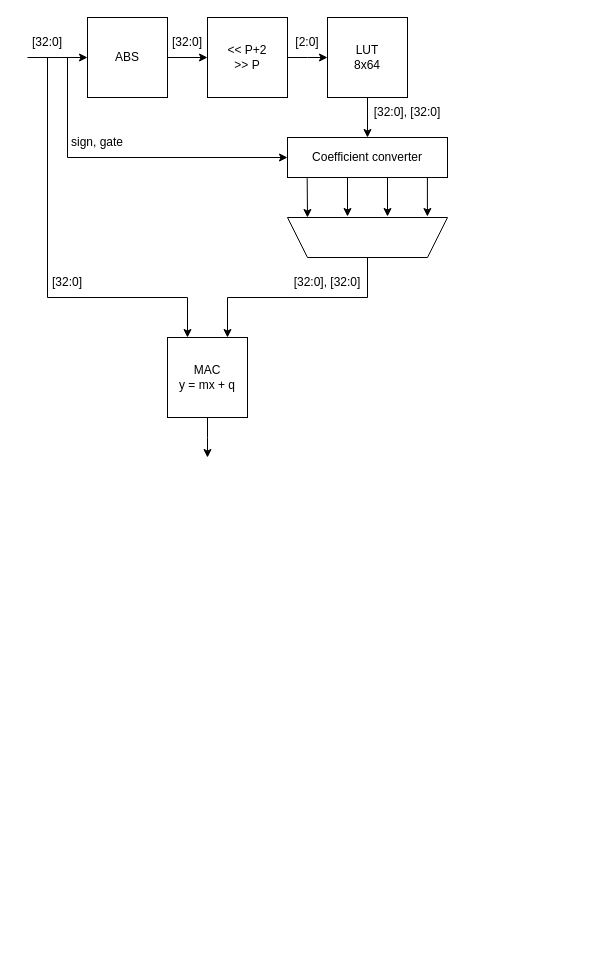
AlessandroVaraldi/LSTM_ACCELERATOR keeps this draw.io diagram as slides/images/ACTU_new.drawio. Above is the earlier version. Source tidied: cells renumbered, new cells numbered last; positions are measured from the earlier drawing's top-left corner, leaving out a move shared by most shapes. Both pictures are drawn from the tidied source at 100%, with x=0, y=0 at pixel (17, 17).
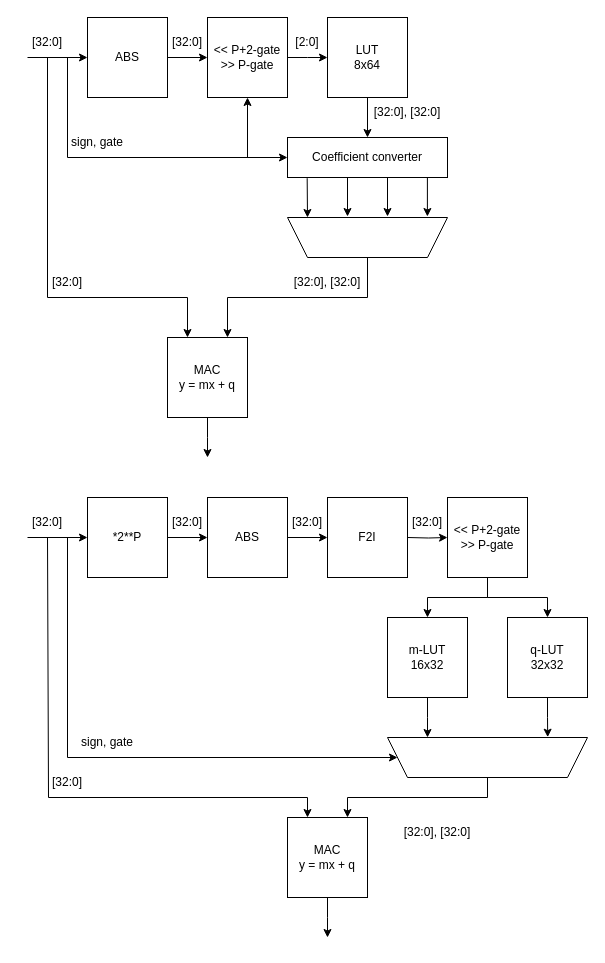
After the change.

Change to the diagram source:
```diff
@@
-    <mxCell id="9" value="&lt;div&gt;&amp;lt;&amp;lt; P+2&lt;/div&gt;&lt;div&gt;&amp;gt;&amp;gt; P&lt;br&gt;&lt;/div&gt;" style="whiteSpace=wrap;html=1;" parent="1" vertex="1">
+    <mxCell id="9" value="&lt;div&gt;&amp;lt;&amp;lt; P+2-gate&lt;/div&gt;&lt;div&gt;&amp;gt;&amp;gt; P-gate&lt;br&gt;&lt;/div&gt;" style="whiteSpace=wrap;html=1;" parent="1" vertex="1">
       <mxGeometry x="190" width="80" height="80" as="geometry" />
     </mxCell>
@@
+    <mxCell id="27" value="[32:0]" style="text;html=1;align=center;verticalAlign=middle;whiteSpace=wrap;rounded=0;" parent="1" vertex="1">
+      <mxGeometry y="490" width="60" height="30" as="geometry" />
+    </mxCell>
+    <mxCell id="28" value="[32:0]" style="text;html=1;align=center;verticalAlign=middle;whiteSpace=wrap;rounded=0;" parent="1" vertex="1">
+      <mxGeometry x="260" y="490" width="60" height="30" as="geometry" />
+    </mxCell>
+    <mxCell id="29" style="edgeStyle=orthogonalEdgeStyle;rounded=0;jettySize=auto;html=1;startArrow=classic;startFill=1;endArrow=none;endFill=0;" parent="1" edge="1" source="32">
+      <mxGeometry relative="1" as="geometry">
+        <mxPoint x="10" y="520" as="targetPoint" />
+      </mxGeometry>
+    </mxCell>
+    <mxCell id="30" style="edgeStyle=orthogonalEdgeStyle;rounded=0;jettySize=auto;html=1;entryX=0;entryY=0.5;entryDx=0;entryDy=0;" parent="1" edge="1" target="35">
+      <mxGeometry relative="1" as="geometry">
+        <mxPoint x="390" y="520" as="sourcePoint" />
+      </mxGeometry>
+    </mxCell>
+    <mxCell id="31" style="edgeStyle=orthogonalEdgeStyle;rounded=0;jettySize=auto;html=1;entryX=0;entryY=0.5;entryDx=0;entryDy=0;" parent="1" edge="1" source="32" target="45">
+      <mxGeometry relative="1" as="geometry" />
+    </mxCell>
+    <mxCell id="32" value="&lt;div&gt;*2**P&lt;/div&gt;" style="whiteSpace=wrap;html=1;" parent="1" vertex="1">
+      <mxGeometry x="70" y="480" width="80" height="80" as="geometry" />
+    </mxCell>
+    <mxCell id="33" style="edgeStyle=orthogonalEdgeStyle;rounded=0;jettySize=auto;html=1;entryX=0.5;entryY=0;entryDx=0;entryDy=0;" parent="1" edge="1" source="35" target="36">
+      <mxGeometry relative="1" as="geometry" />
+    </mxCell>
+    <mxCell id="34" style="edgeStyle=orthogonalEdgeStyle;rounded=0;jettySize=auto;html=1;entryX=0.5;entryY=0;entryDx=0;entryDy=0;" parent="1" edge="1" source="35" target="50">
+      <mxGeometry relative="1" as="geometry" />
+    </mxCell>
+    <mxCell id="35" value="&lt;div&gt;&amp;lt;&amp;lt; P+2-gate&lt;/div&gt;&amp;gt;&amp;gt; P-gate" style="whiteSpace=wrap;html=1;" parent="1" vertex="1">
+      <mxGeometry x="430" y="480" width="80" height="80" as="geometry" />
+    </mxCell>
+    <mxCell id="36" value="&lt;div&gt;m-LUT&lt;/div&gt;&lt;div&gt;16x32&lt;br&gt;&lt;/div&gt;" style="whiteSpace=wrap;html=1;" parent="1" vertex="1">
+      <mxGeometry x="370" y="600" width="80" height="80" as="geometry" />
+    </mxCell>
+    <mxCell id="37" style="endArrow=classic;html=1;rounded=0;entryX=1;entryY=0.5;entryDx=0;entryDy=0;" parent="1" edge="1" target="52">
+      <mxGeometry relative="1" as="geometry">
+        <mxPoint x="50" y="520" as="sourcePoint" />
+        <Array as="points">
+          <mxPoint x="50" y="740" />
+        </Array>
+      </mxGeometry>
+    </mxCell>
+    <mxCell id="38" value="sign, gate" style="text;html=1;align=center;verticalAlign=middle;whiteSpace=wrap;rounded=0;" parent="1" vertex="1">
+      <mxGeometry x="60" y="710" width="60" height="30" as="geometry" />
+    </mxCell>
+    <mxCell id="39" style="edgeStyle=orthogonalEdgeStyle;rounded=0;jettySize=auto;html=1;" parent="1" edge="1" source="41">
+      <mxGeometry relative="1" as="geometry">
+        <mxPoint x="310" y="920" as="targetPoint" />
+      </mxGeometry>
+    </mxCell>
+    <mxCell id="40" style="edgeStyle=orthogonalEdgeStyle;rounded=0;jettySize=auto;html=1;exitX=0.25;exitY=0;exitDx=0;exitDy=0;startArrow=classic;startFill=1;endArrow=none;endFill=0;" parent="1" edge="1" source="41">
+      <mxGeometry relative="1" as="geometry">
+        <mxPoint x="30" y="520" as="targetPoint" />
+        <Array as="points">
+          <mxPoint x="290" y="780" />
+          <mxPoint x="31" y="780" />
+          <mxPoint x="31" y="520" />
+        </Array>
+      </mxGeometry>
+    </mxCell>
+    <mxCell id="41" value="&lt;div&gt;MAC&lt;/div&gt;&lt;div&gt;y = mx + q&lt;br&gt;&lt;/div&gt;" style="whiteSpace=wrap;html=1;" parent="1" vertex="1">
+      <mxGeometry x="270" y="800" width="80" height="80" as="geometry" />
+    </mxCell>
+    <mxCell id="42" value="[32:0]" style="text;html=1;align=center;verticalAlign=middle;whiteSpace=wrap;rounded=0;" parent="1" vertex="1">
+      <mxGeometry x="20" y="750" width="60" height="30" as="geometry" />
+    </mxCell>
+    <mxCell id="43" value="[32:0], [32:0]" style="text;html=1;align=center;verticalAlign=middle;whiteSpace=wrap;rounded=0;" parent="1" vertex="1">
+      <mxGeometry x="380" y="800" width="80" height="30" as="geometry" />
+    </mxCell>
+    <mxCell id="44" style="edgeStyle=orthogonalEdgeStyle;rounded=0;jettySize=auto;html=1;exitX=1;exitY=0.5;exitDx=0;exitDy=0;entryX=0;entryY=0.5;entryDx=0;entryDy=0;" parent="1" edge="1" source="45" target="47">
+      <mxGeometry relative="1" as="geometry" />
+    </mxCell>
+    <mxCell id="45" value="ABS" style="whiteSpace=wrap;html=1;" parent="1" vertex="1">
+      <mxGeometry x="190" y="480" width="80" height="80" as="geometry" />
+    </mxCell>
+    <mxCell id="46" value="[32:0]" style="text;html=1;align=center;verticalAlign=middle;whiteSpace=wrap;rounded=0;" parent="1" vertex="1">
+      <mxGeometry x="140" y="490" width="60" height="30" as="geometry" />
+    </mxCell>
+    <mxCell id="47" value="F2I" style="whiteSpace=wrap;html=1;" parent="1" vertex="1">
+      <mxGeometry x="310" y="480" width="80" height="80" as="geometry" />
+    </mxCell>
+    <mxCell id="48" style="endArrow=classic;html=1;rounded=0;entryX=0.5;entryY=1;entryDx=0;entryDy=0;" parent="1" edge="1" target="9">
+      <mxGeometry relative="1" as="geometry">
+        <mxPoint x="230" y="140" as="sourcePoint" />
+      </mxGeometry>
+    </mxCell>
+    <mxCell id="49" value="[32:0]" style="text;html=1;align=center;verticalAlign=middle;whiteSpace=wrap;rounded=0;" parent="1" vertex="1">
+      <mxGeometry x="380" y="490" width="60" height="30" as="geometry" />
+    </mxCell>
+    <mxCell id="50" value="&lt;div&gt;q-LUT&lt;/div&gt;&lt;div&gt;32x32&lt;br&gt;&lt;/div&gt;" style="whiteSpace=wrap;html=1;" parent="1" vertex="1">
+      <mxGeometry x="490" y="600" width="80" height="80" as="geometry" />
+    </mxCell>
+    <mxCell id="51" style="edgeStyle=orthogonalEdgeStyle;rounded=0;jettySize=auto;html=1;entryX=0.75;entryY=0;entryDx=0;entryDy=0;" parent="1" edge="1" source="52" target="41">
+      <mxGeometry relative="1" as="geometry">
+        <Array as="points">
+          <mxPoint x="470" y="780" />
+          <mxPoint x="330" y="780" />
+        </Array>
+      </mxGeometry>
+    </mxCell>
+    <mxCell id="52" style="shape=trapezoid;perimeter=trapezoidPerimeter;whiteSpace=wrap;html=1;fixedSize=1;rotation=-180;" parent="1" vertex="1">
+      <mxGeometry x="370" y="720" width="200" height="40" as="geometry" />
+    </mxCell>
+    <mxCell id="53" style="edgeStyle=orthogonalEdgeStyle;rounded=0;jettySize=auto;html=1;" parent="1" edge="1" source="36">
+      <mxGeometry relative="1" as="geometry">
+        <mxPoint x="410" y="720" as="targetPoint" />
+      </mxGeometry>
+    </mxCell>
+    <mxCell id="54" style="edgeStyle=orthogonalEdgeStyle;rounded=0;jettySize=auto;html=1;entryX=0.199;entryY=1.008;entryDx=0;entryDy=0;entryPerimeter=0;" parent="1" edge="1" source="50" target="52">
+      <mxGeometry relative="1" as="geometry" />
+    </mxCell>
```
